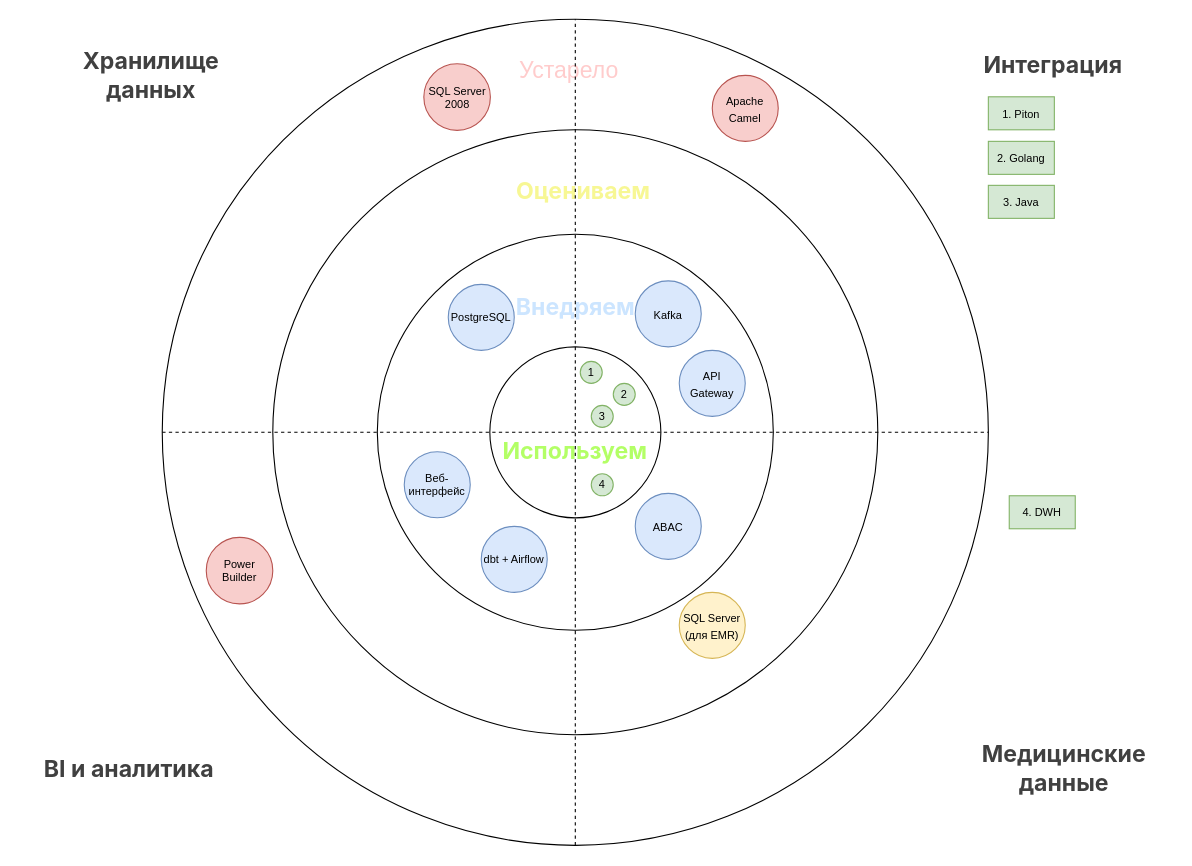
The draw.io diagram architecture-sprint-11-main/task 3/task3_techRadar.drawio in OksanaBazDev/Architecture, before the edit. Source tidied: cells renumbered, new cells numbered last; positions are measured from the earlier drawing's top-left corner, leaving out a move shared by most shapes. Both pictures are drawn from the tidied source at 110%, with x=0, y=0 at pixel (19, 19).
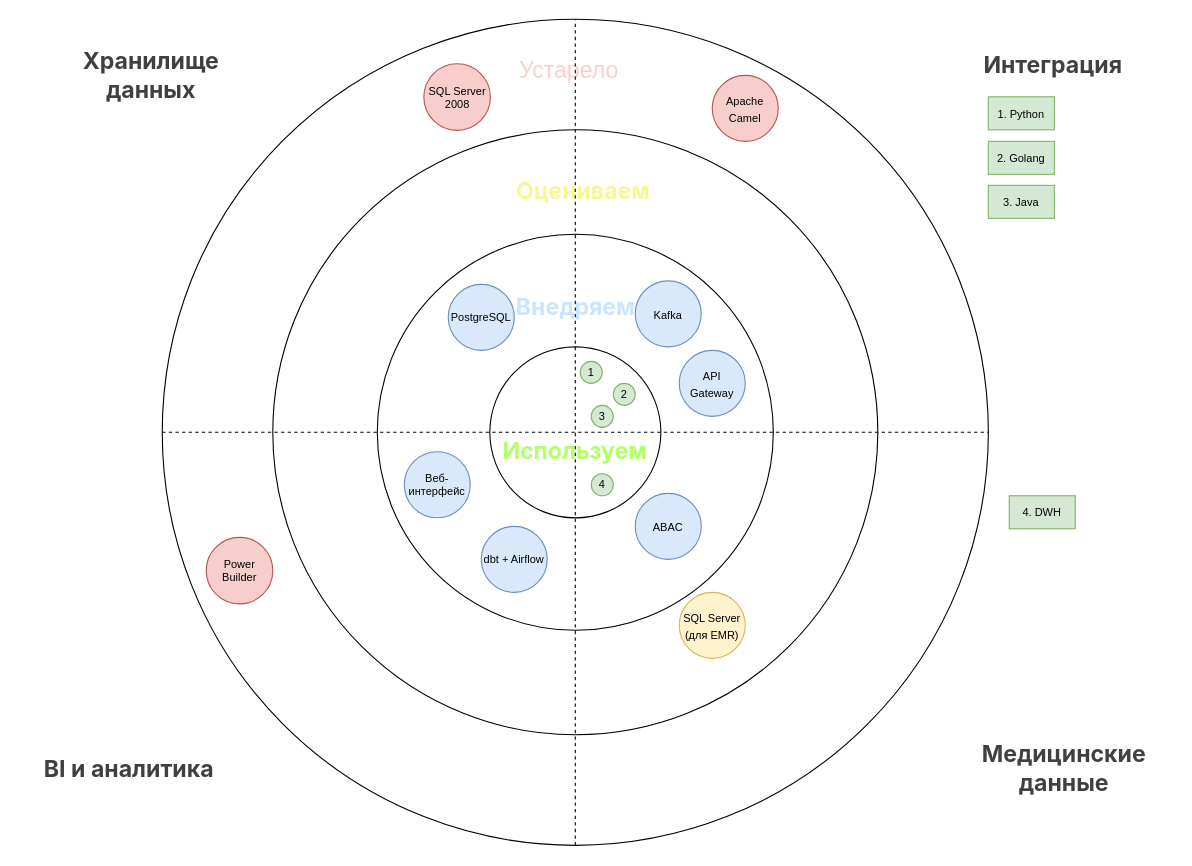
The same diagram, later.

Diff of the diagram source:
```diff
@@
-    <mxCell id="28" value="1. Piton" style="text;html=1;strokeColor=#82b366;fillColor=#d5e8d4;align=center;verticalAlign=middle;whiteSpace=wrap;rounded=0;fontSize=10;" parent="1" vertex="1">
+    <mxCell id="28" value="1. Python" style="text;html=1;strokeColor=#82b366;fillColor=#d5e8d4;align=center;verticalAlign=middle;whiteSpace=wrap;rounded=0;fontSize=10;" parent="1" vertex="1">
       <mxGeometry x="881" y="70.5" width="60" height="30" as="geometry" />
     </mxCell>
```
